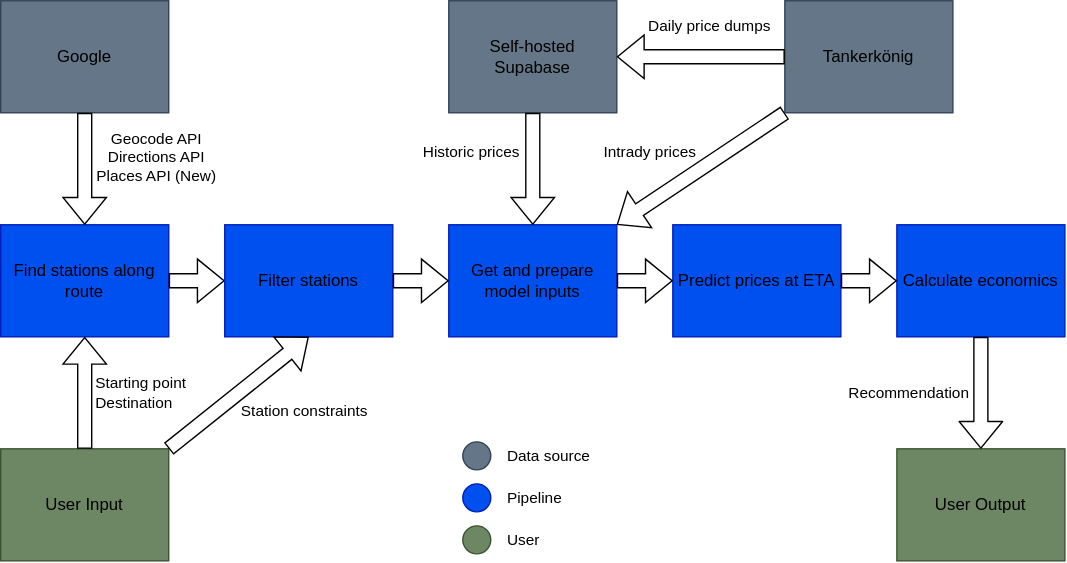
Above: structure_graphs/light_theme_workflow.drawio.svg in momade02/ds_project_main (draw.io), before the change. Source tidied: cells renumbered, new cells last; positions are measured from the earlier drawing's top-left corner, leaving out a move shared by most shapes.
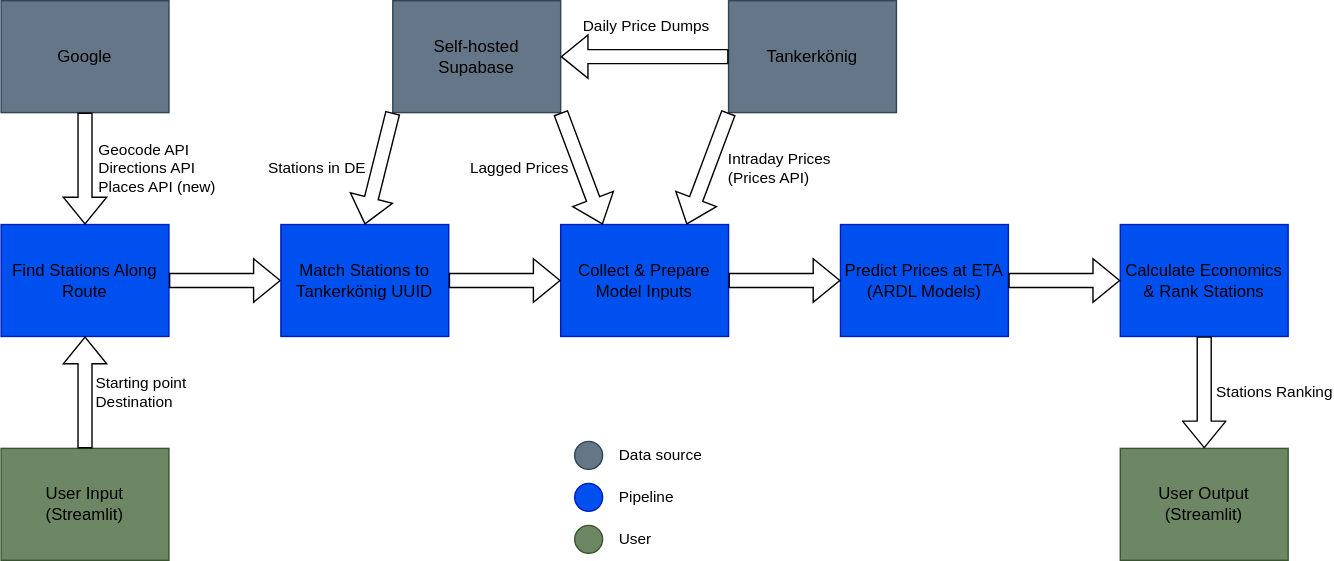
After the commit.

Commit message:
Refactor code structure

The edit, as a diff of the source:
```diff
@@ -2,40 +2,33 @@
   <root>
     <mxCell id="0" />
     <mxCell id="1" parent="0" />
-    <mxCell id="2" value="Find stations along route" style="rounded=0;whiteSpace=wrap;html=1;fillColor=#0050ef;strokeColor=#001DBC;fontColor=#000000;" parent="1" vertex="1">
-      <mxGeometry y="160" width="120" height="80" as="geometry" />
+    <mxCell id="2" value="Find Stations Along Route&amp;nbsp;" style="rounded=0;whiteSpace=wrap;html=1;fillColor=#0050ef;strokeColor=#001DBC;fontColor=#000000;" parent="1" vertex="1">
+      <mxGeometry x="-40" y="160" width="120" height="80" as="geometry" />
     </mxCell>
-    <mxCell id="3" value="Get and prepare model inputs" style="rounded=0;whiteSpace=wrap;html=1;fillColor=#0050ef;strokeColor=#001DBC;fontColor=#000000;" parent="1" vertex="1">
-      <mxGeometry x="320" y="160" width="120" height="80" as="geometry" />
+    <mxCell id="3" value="Collect &amp;amp; Prepare Model Inputs" style="rounded=0;whiteSpace=wrap;html=1;fillColor=#0050ef;strokeColor=#001DBC;fontColor=#000000;" parent="1" vertex="1">
+      <mxGeometry x="360" y="160" width="120" height="80" as="geometry" />
     </mxCell>
-    <mxCell id="4" value="Predict prices at ETA" style="rounded=0;whiteSpace=wrap;html=1;fillColor=#0050ef;strokeColor=#001DBC;fontColor=#000000;" parent="1" vertex="1">
-      <mxGeometry x="480" y="160" width="120" height="80" as="geometry" />
+    <mxCell id="4" value="Predict Prices at ETA (ARDL Models)" style="rounded=0;whiteSpace=wrap;html=1;fillColor=#0050ef;strokeColor=#001DBC;fontColor=#000000;" parent="1" vertex="1">
+      <mxGeometry x="560" y="160" width="120" height="80" as="geometry" />
     </mxCell>
-    <mxCell id="5" value="Calculate economics" style="rounded=0;whiteSpace=wrap;html=1;fillColor=#0050ef;strokeColor=#001DBC;fontColor=#000000;" parent="1" vertex="1">
-      <mxGeometry x="640" y="160" width="120" height="80" as="geometry" />
+    <mxCell id="5" value="Calculate Economics &amp;amp; Rank Stations" style="rounded=0;whiteSpace=wrap;html=1;fillColor=#0050ef;strokeColor=#001DBC;fontColor=#000000;" parent="1" vertex="1">
+      <mxGeometry x="760" y="160" width="120" height="80" as="geometry" />
     </mxCell>
-    <mxCell id="6" value="User Input" style="rounded=0;whiteSpace=wrap;html=1;fillColor=#6d8764;strokeColor=#3A5431;fontColor=#000000;" parent="1" vertex="1">
-      <mxGeometry y="320" width="120" height="80" as="geometry" />
+    <mxCell id="6" value="User Input&lt;br&gt;(Streamlit)" style="rounded=0;whiteSpace=wrap;html=1;fillColor=#6d8764;strokeColor=#3A5431;fontColor=#000000;" parent="1" vertex="1">
+      <mxGeometry x="-40" y="320" width="120" height="80" as="geometry" />
     </mxCell>
-    <mxCell id="7" value="&lt;font style=&quot;color: rgb(0, 0, 0);&quot;&gt;Starting point&lt;/font&gt;&lt;div&gt;&lt;font style=&quot;color: rgb(0, 0, 0);&quot;&gt;Destination&lt;/font&gt;&lt;/div&gt;" style="shape=flexArrow;endArrow=classic;html=1;rounded=0;entryX=0.5;entryY=1;entryDx=0;entryDy=0;fillColor=none;fontColor=#000000;labelBackgroundColor=none;labelPosition=right;verticalLabelPosition=middle;align=left;verticalAlign=middle;spacing=8;" parent="1" edge="1" target="2">
-      <mxGeometry relative="1" as="geometry">
-        <mxPoint x="60" y="320" as="sourcePoint" />
-      </mxGeometry>
+    <mxCell id="7" value="&lt;font style=&quot;color: rgb(0, 0, 0);&quot;&gt;Starting point&lt;/font&gt;&lt;div&gt;&lt;font style=&quot;color: rgb(0, 0, 0);&quot;&gt;Destination&lt;/font&gt;&lt;/div&gt;" style="shape=flexArrow;endArrow=classic;html=1;rounded=0;entryX=0.5;entryY=1;entryDx=0;entryDy=0;fillColor=none;fontColor=#000000;labelBackgroundColor=none;labelPosition=right;verticalLabelPosition=middle;align=left;verticalAlign=middle;spacing=8;exitX=0.5;exitY=0;exitDx=0;exitDy=0;" parent="1" edge="1" source="6" target="2">
+      <mxGeometry relative="1" as="geometry" />
     </mxCell>
     <mxCell id="8" value="Google" style="rounded=0;whiteSpace=wrap;html=1;fillColor=#647687;strokeColor=#314354;fontColor=#000000;" parent="1" vertex="1">
-      <mxGeometry width="120" height="80" as="geometry" />
+      <mxGeometry x="-40" width="120" height="80" as="geometry" />
     </mxCell>
-    <mxCell id="9" style="shape=flexArrow;endArrow=classic;html=1;rounded=0;entryX=0.5;entryY=0;entryDx=0;entryDy=0;fontColor=#000000;labelBackgroundColor=none;labelPosition=right;verticalLabelPosition=middle;align=left;verticalAlign=middle;fillColor=none;" parent="1" edge="1" source="8" target="2">
+    <mxCell id="9" value="Geocode API&lt;br&gt;Directions API&lt;br&gt;Places API (new)" style="shape=flexArrow;endArrow=classic;html=1;rounded=0;entryX=0.5;entryY=0;entryDx=0;entryDy=0;fontColor=#000000;labelBackgroundColor=none;labelPosition=right;verticalLabelPosition=middle;align=left;verticalAlign=middle;fillColor=none;spacing=10;" parent="1" edge="1" source="8" target="2">
       <mxGeometry relative="1" as="geometry" />
     </mxCell>
     <mxCell id="10" value="&lt;div style=&quot;scrollbar-color: rgb(226, 226, 226) rgb(251, 251, 251);&quot;&gt;&lt;br&gt;&lt;/div&gt;" style="edgeLabel;html=1;align=center;verticalAlign=middle;fontFamily=Helvetica;fontSize=11;fontColor=#000000;labelBorderColor=none;labelBackgroundColor=none;" parent="9" vertex="1">
       <mxGeometry x="-0.32" y="-4" relative="1" as="geometry" />
     </mxCell>
-    <mxCell id="11" value="Geocode API&lt;br&gt;Directions API&lt;br&gt;Places API (New)" style="edgeLabel;html=1;align=center;verticalAlign=middle;fontFamily=Helvetica;fontSize=11;fontColor=#000000;labelBorderColor=none;labelBackgroundColor=none;labelPosition=center;verticalLabelPosition=middle;horizontal=1;" parent="9" vertex="1">
-      <mxGeometry x="-0.22" y="1" relative="1" as="geometry">
-        <mxPoint x="49" as="offset" />
-      </mxGeometry>
-    </mxCell>
     <mxCell id="12" style="shape=flexArrow;endArrow=classic;html=1;rounded=0;exitX=1;exitY=0.5;exitDx=0;exitDy=0;entryX=0;entryY=0.5;entryDx=0;entryDy=0;fillColor=none;fontColor=#000000;" parent="1" edge="1" source="2" target="21">
       <mxGeometry relative="1" as="geometry" />
     </mxCell>
@@ -46,55 +39,52 @@
       <mxGeometry relative="1" as="geometry" />
     </mxCell>
     <mxCell id="15" value="Self-hosted Supabase" style="rounded=0;whiteSpace=wrap;html=1;fillColor=#647687;strokeColor=#314354;fontColor=#000000;" parent="1" vertex="1">
-      <mxGeometry x="320" width="120" height="80" as="geometry" />
+      <mxGeometry x="240" width="120" height="80" as="geometry" />
     </mxCell>
-    <mxCell id="16" value="Tankerkönig" style="rounded=0;whiteSpace=wrap;html=1;fillColor=#647687;strokeColor=#314354;fontColor=#000000;" parent="1" vertex="1">
-      <mxGeometry x="560" width="120" height="80" as="geometry" />
+    <mxCell id="16" value="Tankerkönig&amp;nbsp;" style="rounded=0;whiteSpace=wrap;html=1;fillColor=#647687;strokeColor=#314354;fontColor=#000000;" parent="1" vertex="1">
+      <mxGeometry x="480" width="120" height="80" as="geometry" />
     </mxCell>
-    <mxCell id="17" value="Historic prices" style="shape=flexArrow;endArrow=classic;html=1;rounded=0;exitX=0.5;exitY=1;exitDx=0;exitDy=0;entryX=0.5;entryY=0;entryDx=0;entryDy=0;fillColor=none;fillStyle=auto;fontColor=#000000;textShadow=0;labelBorderColor=none;labelBackgroundColor=none;labelPosition=left;verticalLabelPosition=middle;align=right;verticalAlign=middle;spacingLeft=-1;spacingBottom=0;spacing=10;spacingTop=-25;" parent="1" edge="1" source="15" target="3">
+    <mxCell id="17" value="Lagged Prices" style="shape=flexArrow;endArrow=classic;html=1;rounded=0;entryX=0.25;entryY=0;entryDx=0;entryDy=0;fillColor=none;fillStyle=auto;fontColor=#000000;textShadow=0;labelBorderColor=none;labelBackgroundColor=none;labelPosition=left;verticalLabelPosition=middle;align=right;verticalAlign=middle;spacingLeft=0;spacingBottom=0;spacing=10;spacingTop=0;exitX=1;exitY=1;exitDx=0;exitDy=0;" parent="1" edge="1" source="15" target="3">
       <mxGeometry relative="1" as="geometry" />
     </mxCell>
-    <mxCell id="18" value="Intrady prices" style="shape=flexArrow;endArrow=classic;html=1;rounded=0;exitX=0;exitY=1;exitDx=0;exitDy=0;entryX=1;entryY=0;entryDx=0;entryDy=0;fontColor=#000000;labelBackgroundColor=none;labelPosition=left;verticalLabelPosition=top;align=right;verticalAlign=bottom;spacing=5;fillColor=none;" parent="1" edge="1" source="16" target="3">
+    <mxCell id="18" value="Intraday Prices&lt;br&gt;(Prices API)" style="shape=flexArrow;endArrow=classic;html=1;rounded=0;exitX=0;exitY=1;exitDx=0;exitDy=0;entryX=0.75;entryY=0;entryDx=0;entryDy=0;fontColor=#000000;labelBackgroundColor=none;labelPosition=right;verticalLabelPosition=middle;align=left;verticalAlign=middle;spacing=10;fillColor=none;spacingTop=0;spacingRight=0;spacingLeft=5;" parent="1" edge="1" source="16" target="3">
       <mxGeometry relative="1" as="geometry" />
     </mxCell>
-    <mxCell id="19" value="Daily price dumps&lt;div&gt;&lt;br&gt;&lt;/div&gt;" style="shape=flexArrow;endArrow=classic;html=1;rounded=0;exitX=0;exitY=0.5;exitDx=0;exitDy=0;entryX=1;entryY=0.5;entryDx=0;entryDy=0;fillColor=none;fontColor=#000000;labelBackgroundColor=none;horizontal=1;fontSize=11;verticalAlign=bottom;spacing=2;spacingLeft=12;" parent="1" edge="1">
-      <mxGeometry relative="1" as="geometry">
-        <mxPoint x="560" y="40" as="sourcePoint" />
-        <mxPoint x="440" y="40" as="targetPoint" />
-      </mxGeometry>
+    <mxCell id="19" value="Daily Price Dumps&lt;div&gt;&lt;br&gt;&lt;/div&gt;" style="shape=flexArrow;endArrow=classic;html=1;rounded=0;entryX=1;entryY=0.5;entryDx=0;entryDy=0;fillColor=none;fontColor=#000000;labelBackgroundColor=none;horizontal=1;fontSize=11;verticalAlign=bottom;spacing=2;spacingLeft=2;exitX=0;exitY=0.5;exitDx=0;exitDy=0;spacingTop=0;" parent="1" edge="1" source="16" target="15">
+      <mxGeometry relative="1" as="geometry" />
     </mxCell>
-    <mxCell id="20" value="User Output" style="rounded=0;whiteSpace=wrap;html=1;fillColor=#6d8764;strokeColor=#3A5431;fontColor=#000000;" parent="1" vertex="1">
-      <mxGeometry x="640" y="320" width="120" height="80" as="geometry" />
+    <mxCell id="20" value="User Output&lt;br&gt;(Streamlit)" style="rounded=0;whiteSpace=wrap;html=1;fillColor=#6d8764;strokeColor=#3A5431;fontColor=#000000;" parent="1" vertex="1">
+      <mxGeometry x="760" y="320" width="120" height="80" as="geometry" />
     </mxCell>
-    <mxCell id="21" value="Filter stations" style="rounded=0;whiteSpace=wrap;html=1;fillColor=#0050ef;strokeColor=#001DBC;fontColor=#000000;" parent="1" vertex="1">
+    <mxCell id="21" value="Match Stations to Tankerkönig UUID" style="rounded=0;whiteSpace=wrap;html=1;fillColor=#0050ef;strokeColor=#001DBC;fontColor=#000000;" parent="1" vertex="1">
       <mxGeometry x="160" y="160" width="120" height="80" as="geometry" />
     </mxCell>
     <mxCell id="22" style="shape=flexArrow;endArrow=classic;html=1;rounded=0;exitX=1;exitY=0.5;exitDx=0;exitDy=0;entryX=0;entryY=0.5;entryDx=0;entryDy=0;fillColor=none;fontColor=#000000;" parent="1" edge="1" source="21" target="3">
       <mxGeometry relative="1" as="geometry" />
     </mxCell>
-    <mxCell id="23" value="&lt;font style=&quot;color: rgb(0, 0, 0);&quot;&gt;Station constraints&lt;/font&gt;" style="shape=flexArrow;endArrow=classic;html=1;rounded=0;exitX=1;exitY=0;exitDx=0;exitDy=0;entryX=0.5;entryY=1;entryDx=0;entryDy=0;fillColor=none;fontColor=#000000;labelBackgroundColor=none;labelPosition=right;verticalLabelPosition=bottom;align=left;verticalAlign=top;" parent="1" edge="1" source="6" target="21">
-      <mxGeometry relative="1" as="geometry" />
-    </mxCell>
-    <mxCell id="24" value="Recommendation" style="shape=flexArrow;endArrow=classic;html=1;exitX=0.5;exitY=1;exitDx=0;exitDy=0;entryX=0.5;entryY=0;entryDx=0;entryDy=0;fontColor=#000000;labelBackgroundColor=none;labelPosition=left;verticalLabelPosition=middle;align=right;verticalAlign=middle;spacing=9;fillColor=none;" parent="1" edge="1" source="5" target="20">
+    <mxCell id="24" value="Stations Ranking" style="shape=flexArrow;endArrow=classic;html=1;exitX=0.5;exitY=1;exitDx=0;exitDy=0;entryX=0.5;entryY=0;entryDx=0;entryDy=0;fontColor=#000000;labelBackgroundColor=none;labelPosition=right;verticalLabelPosition=middle;align=left;verticalAlign=middle;spacing=9;fillColor=none;" parent="1" edge="1" source="5" target="20">
       <mxGeometry relative="1" as="geometry" />
     </mxCell>
     <mxCell id="25" style="ellipse;whiteSpace=wrap;html=1;fillColor=#647687;fontColor=#ffffff;strokeColor=#314354;" parent="1" vertex="1">
-      <mxGeometry x="330" y="315" width="20" height="20" as="geometry" />
+      <mxGeometry x="370" y="315" width="20" height="20" as="geometry" />
     </mxCell>
     <mxCell id="26" style="ellipse;whiteSpace=wrap;html=1;fillColor=#0050ef;fontColor=#ffffff;strokeColor=#001DBC;" parent="1" vertex="1">
-      <mxGeometry x="330" y="345" width="20" height="20" as="geometry" />
+      <mxGeometry x="370" y="345" width="20" height="20" as="geometry" />
     </mxCell>
     <mxCell id="27" style="ellipse;whiteSpace=wrap;html=1;fillColor=#6d8764;fontColor=#ffffff;strokeColor=#3A5431;" parent="1" vertex="1">
-      <mxGeometry x="330" y="375" width="20" height="20" as="geometry" />
+      <mxGeometry x="370" y="375" width="20" height="20" as="geometry" />
     </mxCell>
     <mxCell id="28" value="Data source" style="text;html=1;align=left;verticalAlign=middle;whiteSpace=wrap;rounded=0;fontSize=11;fontColor=#000000;" parent="1" vertex="1">
-      <mxGeometry x="360" y="310" width="70" height="30" as="geometry" />
+      <mxGeometry x="400" y="310" width="70" height="30" as="geometry" />
     </mxCell>
     <mxCell id="29" value="Pipeline" style="text;html=1;align=left;verticalAlign=middle;whiteSpace=wrap;rounded=0;fontSize=11;fontColor=#000000;" parent="1" vertex="1">
-      <mxGeometry x="360" y="340" width="70" height="30" as="geometry" />
+      <mxGeometry x="400" y="340" width="70" height="30" as="geometry" />
     </mxCell>
     <mxCell id="30" value="User" style="text;html=1;align=left;verticalAlign=middle;whiteSpace=wrap;rounded=0;fontSize=11;fontColor=#000000;" parent="1" vertex="1">
-      <mxGeometry x="360" y="370" width="70" height="30" as="geometry" />
+      <mxGeometry x="400" y="370" width="70" height="30" as="geometry" />
     </mxCell>
+    <mxCell id="31" value="Stations in DE" style="shape=flexArrow;endArrow=classic;html=1;rounded=0;entryX=0.5;entryY=0;entryDx=0;entryDy=0;fillColor=none;fillStyle=auto;fontColor=#000000;textShadow=0;labelBorderColor=none;labelBackgroundColor=none;labelPosition=left;verticalLabelPosition=middle;align=right;verticalAlign=middle;spacingLeft=0;spacingBottom=0;spacing=10;spacingTop=0;exitX=0;exitY=1;exitDx=0;exitDy=0;" parent="1" edge="1" source="15" target="21">
+      <mxGeometry relative="1" as="geometry" />
+    </mxCell>
   </root>
 </mxGraphModel>
```
